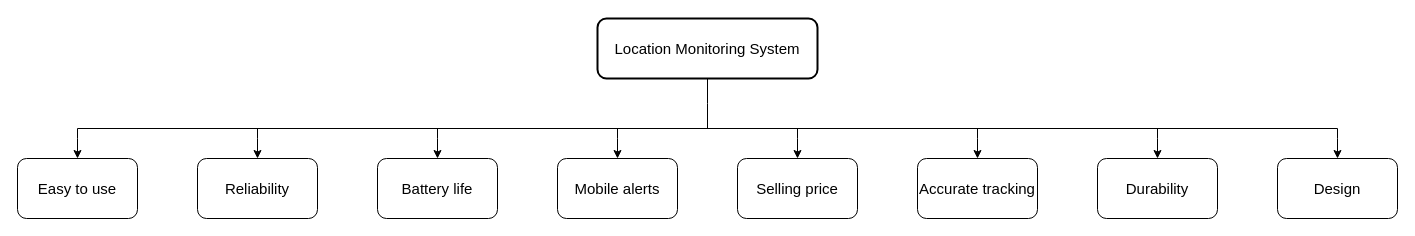
The draw.io diagram RankTheNeeds.drawio in Child-Safety-Tracker/Diagrams, before the edit. Source tidied: cells renumbered, new cells numbered last; positions are measured from the earlier drawing's top-left corner, leaving out a move shared by most shapes. Both pictures are drawn from the tidied source at 100%, with x=0, y=0 at pixel (17, 18).
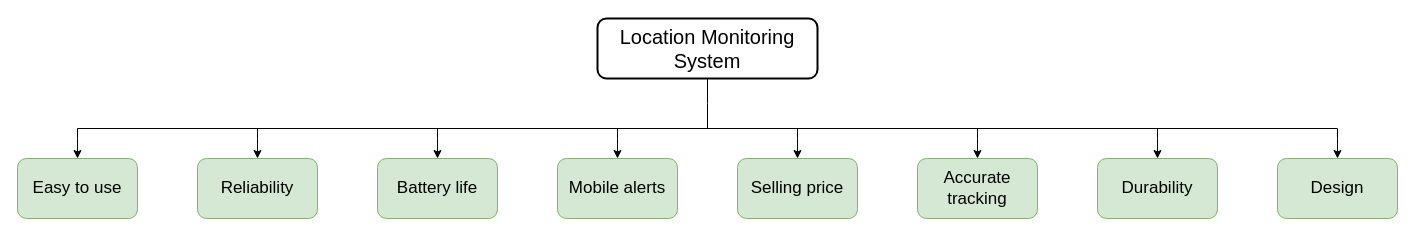
The same page after the edit.

Diff of the diagram source:
```diff
@@
-    <mxCell id="3" value="Location Monitoring System" style="rounded=1;whiteSpace=wrap;html=1;fontSize=15;strokeWidth=2;" parent="1" vertex="1">
+    <mxCell id="3" value="Location Monitoring System" style="rounded=1;whiteSpace=wrap;html=1;fontSize=20;strokeWidth=2;" parent="1" vertex="1">
       <mxGeometry x="580" width="220" height="60" as="geometry" />
     </mxCell>
@@
-    <mxCell id="5" value="Easy to use" style="rounded=1;whiteSpace=wrap;html=1;fontSize=15;" parent="1" vertex="1">
+    <mxCell id="5" value="Easy to use" style="rounded=1;whiteSpace=wrap;html=1;fontSize=17;fillColor=#d5e8d4;strokeColor=#82b366;" parent="1" vertex="1">
       <mxGeometry y="140" width="120" height="60" as="geometry" />
     </mxCell>
@@
-    <mxCell id="7" value="Reliability" style="rounded=1;whiteSpace=wrap;html=1;fontSize=15;" parent="1" vertex="1">
+    <mxCell id="7" value="Reliability" style="rounded=1;whiteSpace=wrap;html=1;fontSize=17;fillColor=#d5e8d4;strokeColor=#82b366;" parent="1" vertex="1">
       <mxGeometry x="180" y="140" width="120" height="60" as="geometry" />
     </mxCell>
@@
-    <mxCell id="9" value="Battery life" style="rounded=1;whiteSpace=wrap;html=1;fontSize=15;" parent="1" vertex="1">
+    <mxCell id="9" value="Battery life" style="rounded=1;whiteSpace=wrap;html=1;fontSize=17;fillColor=#d5e8d4;strokeColor=#82b366;" parent="1" vertex="1">
       <mxGeometry x="360" y="140" width="120" height="60" as="geometry" />
     </mxCell>
@@
-    <mxCell id="11" value="Mobile alerts" style="rounded=1;whiteSpace=wrap;html=1;fontSize=15;" parent="1" vertex="1">
+    <mxCell id="11" value="Mobile alerts" style="rounded=1;whiteSpace=wrap;html=1;fontSize=17;fillColor=#d5e8d4;strokeColor=#82b366;" parent="1" vertex="1">
       <mxGeometry x="540" y="140" width="120" height="60" as="geometry" />
     </mxCell>
@@
-    <mxCell id="13" value="Selling price" style="rounded=1;whiteSpace=wrap;html=1;fontSize=15;" parent="1" vertex="1">
+    <mxCell id="13" value="Selling price" style="rounded=1;whiteSpace=wrap;html=1;fontSize=17;fillColor=#d5e8d4;strokeColor=#82b366;" parent="1" vertex="1">
       <mxGeometry x="720" y="140" width="120" height="60" as="geometry" />
     </mxCell>
@@
-    <mxCell id="15" value="Accurate tracking" style="rounded=1;whiteSpace=wrap;html=1;fontSize=15;" parent="1" vertex="1">
+    <mxCell id="15" value="Accurate tracking" style="rounded=1;whiteSpace=wrap;html=1;fontSize=17;fillColor=#d5e8d4;strokeColor=#82b366;" parent="1" vertex="1">
       <mxGeometry x="900" y="140" width="120" height="60" as="geometry" />
     </mxCell>
@@
-    <mxCell id="17" value="Durability" style="rounded=1;whiteSpace=wrap;html=1;fontSize=15;" parent="1" vertex="1">
+    <mxCell id="17" value="Durability" style="rounded=1;whiteSpace=wrap;html=1;fontSize=17;fillColor=#d5e8d4;strokeColor=#82b366;" parent="1" vertex="1">
       <mxGeometry x="1080" y="140" width="120" height="60" as="geometry" />
     </mxCell>
@@
-    <mxCell id="19" value="Design" style="rounded=1;whiteSpace=wrap;html=1;fontSize=15;" parent="1" vertex="1">
+    <mxCell id="19" value="Design" style="rounded=1;whiteSpace=wrap;html=1;fontSize=17;fillColor=#d5e8d4;strokeColor=#82b366;" parent="1" vertex="1">
       <mxGeometry x="1260" y="140" width="120" height="60" as="geometry" />
     </mxCell>
```
